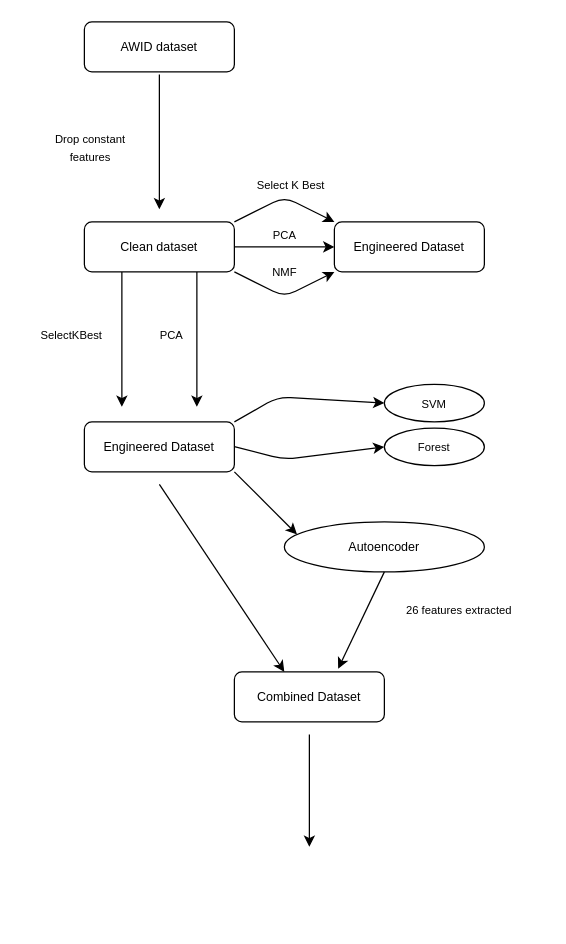
Above: Process Flow.drawio in acicca01/cyber (draw.io), before the change. Source tidied: cells renumbered, new cells numbered last; positions are measured from the earlier drawing's top-left corner, leaving out a move shared by most shapes. Both pictures are drawn from the tidied source at 125%, with x=0, y=0 at pixel (21, 21).
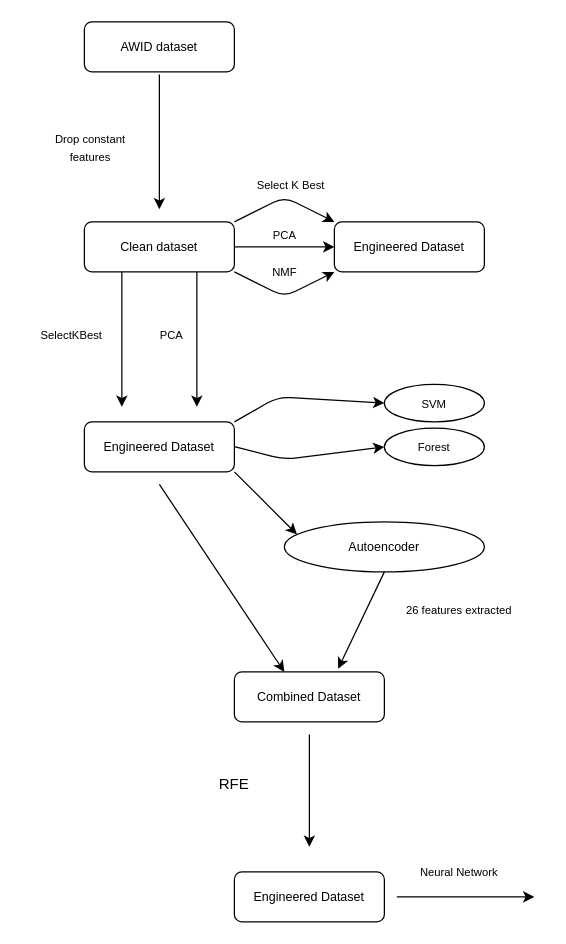
The same diagram, later.

Diff of the diagram source:
```diff
@@
+    <mxCell id="29" value="RFE" style="text;html=1;strokeColor=none;fillColor=none;align=center;verticalAlign=middle;whiteSpace=wrap;rounded=0;" parent="1" vertex="1">
+      <mxGeometry x="130" y="600" width="80" height="20" as="geometry" />
+    </mxCell>
+    <mxCell id="30" value="&lt;span style=&quot;font-size: 10px&quot;&gt;Engineered Dataset&lt;/span&gt;" style="rounded=1;whiteSpace=wrap;html=1;" parent="1" vertex="1">
+      <mxGeometry x="170" y="680" width="120" height="40" as="geometry" />
+    </mxCell>
+    <mxCell id="31" style="endArrow=classic;html=1;" parent="1" edge="1">
+      <mxGeometry relative="1" as="geometry">
+        <mxPoint x="300" y="700" as="sourcePoint" />
+        <mxPoint x="410" y="700" as="targetPoint" />
+      </mxGeometry>
+    </mxCell>
+    <mxCell id="32" value="&lt;font style=&quot;font-size: 9px&quot;&gt;Neural Network&lt;/font&gt;" style="text;html=1;strokeColor=none;fillColor=none;align=center;verticalAlign=middle;whiteSpace=wrap;rounded=0;" parent="1" vertex="1">
+      <mxGeometry x="310" y="670" width="80" height="20" as="geometry" />
+    </mxCell>
```
